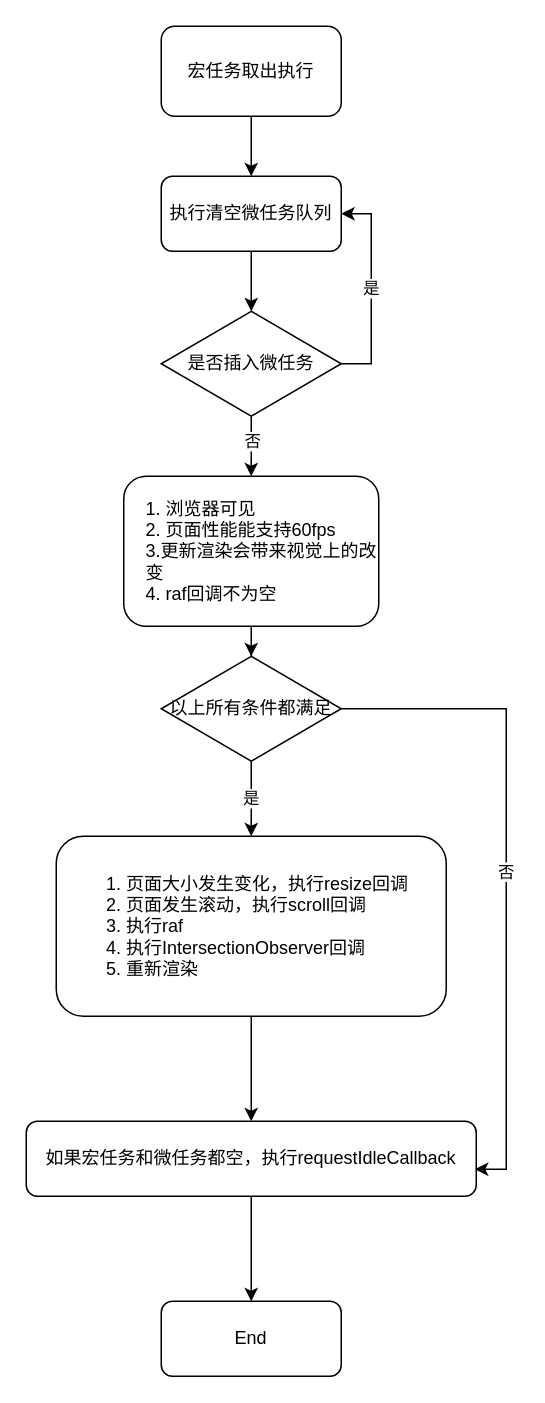
Above: JS原理/eventloop/eventloop与浏览器渲染.dio in teefing/SimpleProjects (draw.io), before the change. Source tidied: cells renumbered, new cells numbered last; positions are measured from the earlier drawing's top-left corner, leaving out a move shared by most shapes. Both pictures are drawn from the tidied source at 150%, with x=0, y=0 at pixel (26, 26).
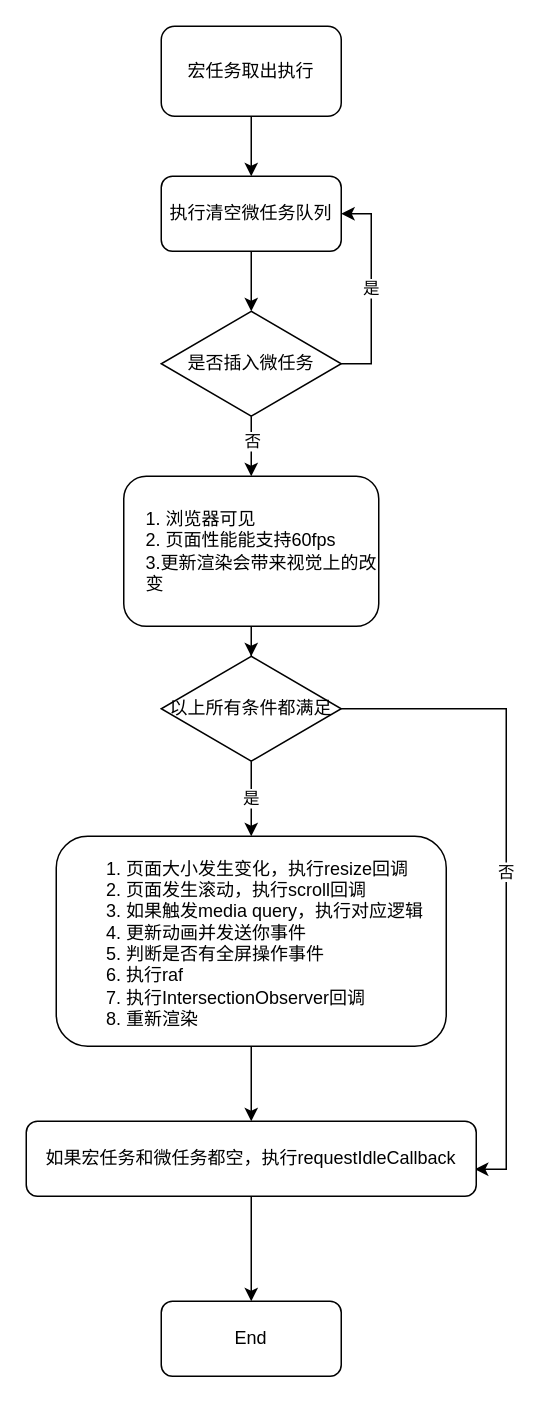
After the change.

The edit, as a diff of the source:
```diff
@@
-    <mxCell id="11" value="&lt;span&gt;1. 浏览器可见&lt;br&gt;2. 页面性能能支持60fps&lt;br&gt;&lt;div&gt;&lt;span&gt;3.更新渲染会带来视觉上的改变&lt;/span&gt;&lt;/div&gt;&lt;div&gt;&lt;span&gt;4. raf回调不为空&lt;/span&gt;&lt;/div&gt;&lt;/span&gt;" style="rounded=1;whiteSpace=wrap;html=1;align=left;spacingLeft=13;" parent="1" vertex="1">
+    <mxCell id="11" value="&lt;span&gt;1. 浏览器可见&lt;br&gt;2. 页面性能能支持60fps&lt;br&gt;&lt;div&gt;&lt;span&gt;3.更新渲染会带来视觉上的改变&lt;/span&gt;&lt;/div&gt;&lt;/span&gt;" style="rounded=1;whiteSpace=wrap;html=1;align=left;spacingLeft=13;" parent="1" vertex="1">
       <mxGeometry x="65" y="300" width="170" height="100" as="geometry" />
     </mxCell>
@@
     <mxCell id="15" style="group;" parent="1" vertex="1">
-      <mxGeometry x="20" y="540" width="260" height="120" as="geometry" />
+      <mxGeometry x="20" y="540" width="260" height="140" as="geometry" />
     </mxCell>
     <mxCell id="16" value="&lt;span&gt;&lt;br&gt;&lt;/span&gt;" style="rounded=1;whiteSpace=wrap;html=1;align=left;verticalAlign=middle;" parent="15" vertex="1">
-      <mxGeometry width="260" height="120" as="geometry" />
+      <mxGeometry width="260" height="140" as="geometry" />
     </mxCell>
-    <mxCell id="17" value="&lt;ol&gt;&lt;li&gt;页面大小发生变化，执行resize回调&lt;/li&gt;&lt;li&gt;页面发生滚动，执行scroll回调&lt;/li&gt;&lt;li&gt;执行raf&lt;/li&gt;&lt;li&gt;执行IntersectionObserver回调&lt;/li&gt;&lt;li&gt;重新渲染&lt;/li&gt;&lt;/ol&gt;" style="text;strokeColor=none;fillColor=none;html=1;whiteSpace=wrap;verticalAlign=middle;overflow=hidden;align=left;" parent="15" vertex="1">
-      <mxGeometry x="5" width="250" height="120" as="geometry" />
+    <mxCell id="17" value="&lt;ol&gt;&lt;li&gt;页面大小发生变化，执行resize回调&lt;/li&gt;&lt;li&gt;页面发生滚动，执行scroll回调&lt;/li&gt;&lt;li&gt;如果触发media query，执行对应逻辑&lt;/li&gt;&lt;li&gt;更新动画并发送你事件&lt;/li&gt;&lt;li&gt;判断是否有全屏操作事件&lt;/li&gt;&lt;li&gt;执行raf&lt;/li&gt;&lt;li&gt;执行IntersectionObserver回调&lt;/li&gt;&lt;li&gt;重新渲染&lt;/li&gt;&lt;/ol&gt;" style="text;strokeColor=none;fillColor=none;html=1;whiteSpace=wrap;verticalAlign=middle;overflow=hidden;align=left;" parent="15" vertex="1">
+      <mxGeometry x="5" width="250" height="140" as="geometry" />
     </mxCell>
```
